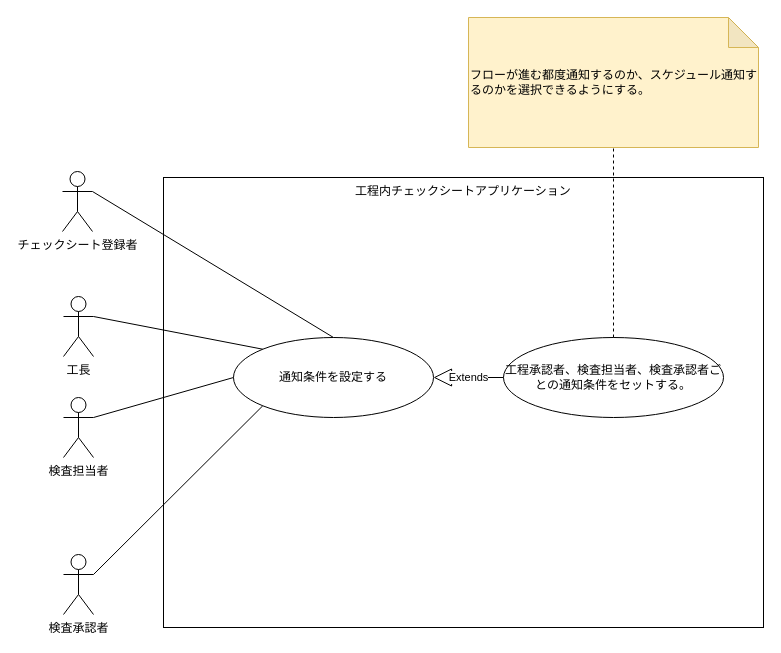
The draw.io diagram ユースケース図/use-case-menenance2.drawio in ShotaHayashi0601/FlowSpect-DocsOnly, before the edit. Source tidied: cells renumbered, new cells numbered last; positions are measured from the earlier drawing's top-left corner, leaving out a move shared by most shapes. Both pictures are drawn from the tidied source at 100%, with x=0, y=0 at pixel (62, 17).
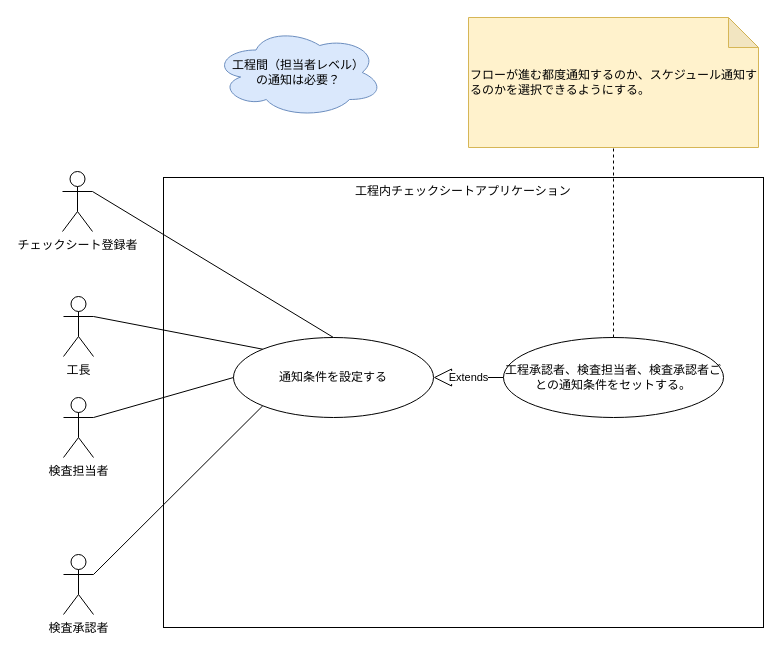
Above is the later version.

The edit, as a diff of the source:
```diff
@@
 <mxGraphModel>
   <root>
     <mxCell id="0" />
     <mxCell id="1" parent="0" />
     <mxCell id="2" value="工程内チェックシートアプリケーション" style="rounded=0;whiteSpace=wrap;html=1;fillColor=none;verticalAlign=top;" parent="1" vertex="1">
       <mxGeometry x="101" y="160" width="600" height="450" as="geometry" />
     </mxCell>
     <mxCell id="3" value="検査担当者" style="shape=umlActor;verticalLabelPosition=bottom;verticalAlign=top;html=1;outlineConnect=0;fillColor=none;" parent="1" vertex="1">
       <mxGeometry x="1" y="380" width="30" height="60" as="geometry" />
     </mxCell>
     <mxCell id="4" value="通知条件を設定する" style="ellipse;whiteSpace=wrap;html=1;fillColor=none;" parent="1" vertex="1">
       <mxGeometry x="171" y="320" width="200" height="80" as="geometry" />
     </mxCell>
     <mxCell id="5" value="工程承認者、検査担当者、検査承認者ごとの通知条件をセットする。" style="ellipse;whiteSpace=wrap;html=1;fillColor=none;" parent="1" vertex="1">
       <mxGeometry x="441" y="320" width="220" height="80" as="geometry" />
     </mxCell>
     <mxCell id="6" style="endArrow=none;html=1;entryX=1;entryY=0.3333333333333333;entryDx=0;entryDy=0;entryPerimeter=0;exitX=0;exitY=0.5;exitDx=0;exitDy=0;" parent="1" edge="1" source="4" target="3">
       <mxGeometry relative="1" as="geometry" />
     </mxCell>
     <mxCell id="7" value="Extends" style="endArrow=block;endSize=16;endFill=0;html=1;exitX=0;exitY=0.5;exitDx=0;exitDy=0;entryX=1;entryY=0.5;entryDx=0;entryDy=0;" parent="1" edge="1" source="5" target="4">
       <mxGeometry relative="1" as="geometry" />
     </mxCell>
     <mxCell id="8" value="フローが進む都度通知するのか、スケジュール通知するのかを選択できるようにする。" style="shape=note;whiteSpace=wrap;html=1;backgroundOutline=1;darkOpacity=0.05;fillColor=#fff2cc;strokeColor=#d6b656;align=left;" parent="1" vertex="1">
       <mxGeometry x="406" width="290" height="130" as="geometry" />
     </mxCell>
     <mxCell id="9" style="endArrow=none;dashed=1;html=1;entryX=0.5;entryY=1;entryDx=0;entryDy=0;entryPerimeter=0;exitX=0.5;exitY=0;exitDx=0;exitDy=0;" parent="1" edge="1" source="5" target="8">
       <mxGeometry relative="1" as="geometry" />
     </mxCell>
     <mxCell id="10" value="検査承認者" style="shape=umlActor;verticalLabelPosition=bottom;verticalAlign=top;html=1;outlineConnect=0;fillColor=none;" parent="1" vertex="1">
       <mxGeometry x="1" y="537" width="30" height="60" as="geometry" />
     </mxCell>
     <mxCell id="11" style="endArrow=none;html=1;entryX=1;entryY=0.3333333333333333;entryDx=0;entryDy=0;entryPerimeter=0;exitX=0;exitY=1;exitDx=0;exitDy=0;" parent="1" edge="1" source="4" target="10">
       <mxGeometry relative="1" as="geometry" />
     </mxCell>
     <mxCell id="12" value="工長" style="shape=umlActor;verticalLabelPosition=bottom;verticalAlign=top;html=1;outlineConnect=0;fillColor=none;" parent="1" vertex="1">
       <mxGeometry x="1" y="279" width="30" height="60" as="geometry" />
     </mxCell>
     <mxCell id="13" value="チェックシート登録者" style="shape=umlActor;verticalLabelPosition=bottom;verticalAlign=top;html=1;outlineConnect=0;fillColor=none;" parent="1" vertex="1">
       <mxGeometry y="154" width="30" height="60" as="geometry" />
     </mxCell>
     <mxCell id="14" style="endArrow=none;html=1;entryX=1;entryY=0.3333333333333333;entryDx=0;entryDy=0;entryPerimeter=0;exitX=0;exitY=0;exitDx=0;exitDy=0;" parent="1" edge="1" source="4" target="12">
       <mxGeometry relative="1" as="geometry" />
     </mxCell>
     <mxCell id="15" style="endArrow=none;html=1;entryX=1;entryY=0.3333333333333333;entryDx=0;entryDy=0;entryPerimeter=0;exitX=0.5;exitY=0;exitDx=0;exitDy=0;" parent="1" edge="1" source="4" target="13">
       <mxGeometry relative="1" as="geometry" />
     </mxCell>
+    <mxCell id="16" value="工程間（担当者レベル）&lt;br&gt;の通知は必要？" style="ellipse;shape=cloud;whiteSpace=wrap;html=1;fillColor=#dae8fc;strokeColor=#6c8ebf;" parent="1" vertex="1">
+      <mxGeometry x="151" y="10" width="170" height="90" as="geometry" />
+    </mxCell>
   </root>
 </mxGraphModel>
```
